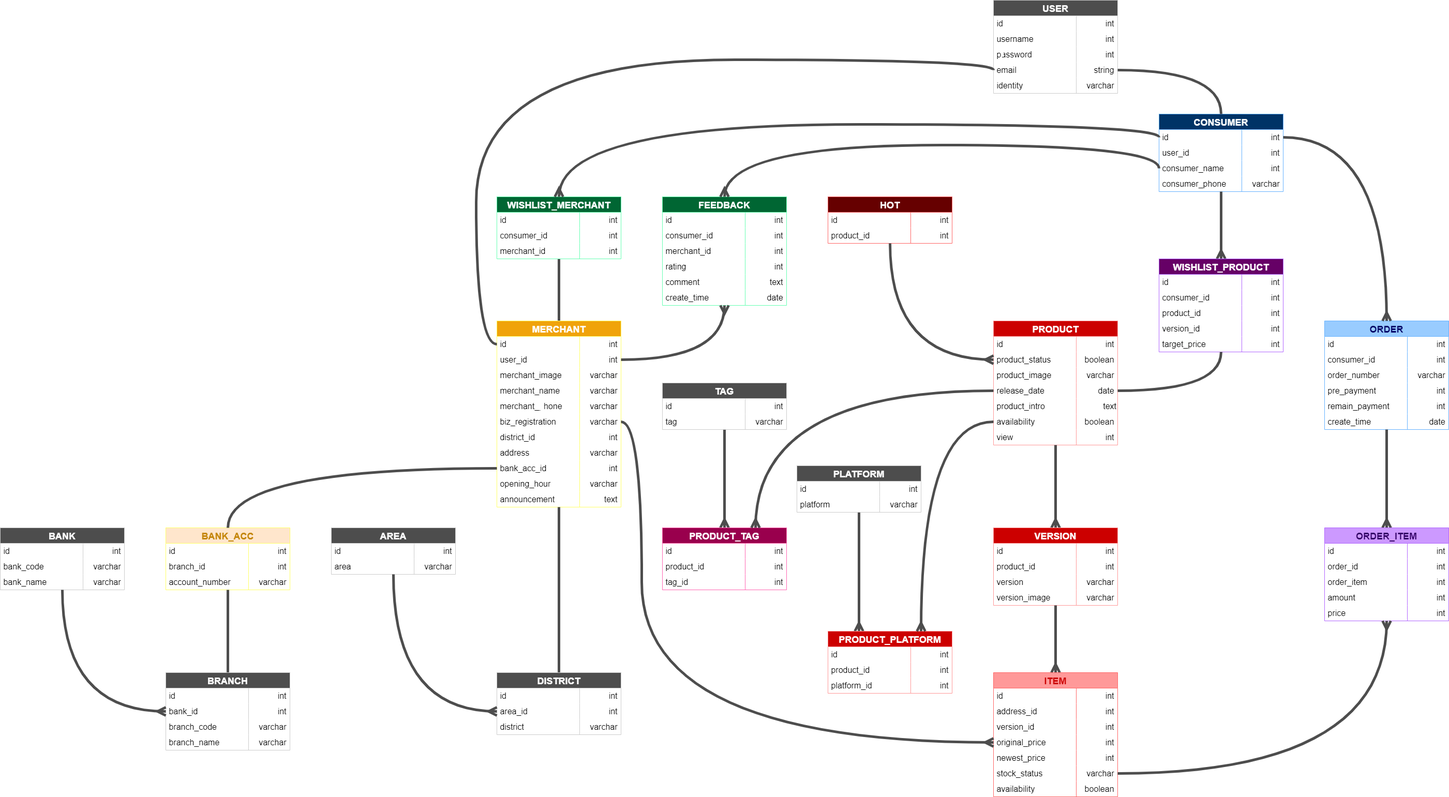
Above: guideline/sql_diagram/erd.png in Wils0nLin/FRD-Project (draw.io), before the change. Source tidied: cells renumbered, new cells last; positions are measured from the earlier drawing's top-left corner, leaving out a move shared by most shapes.
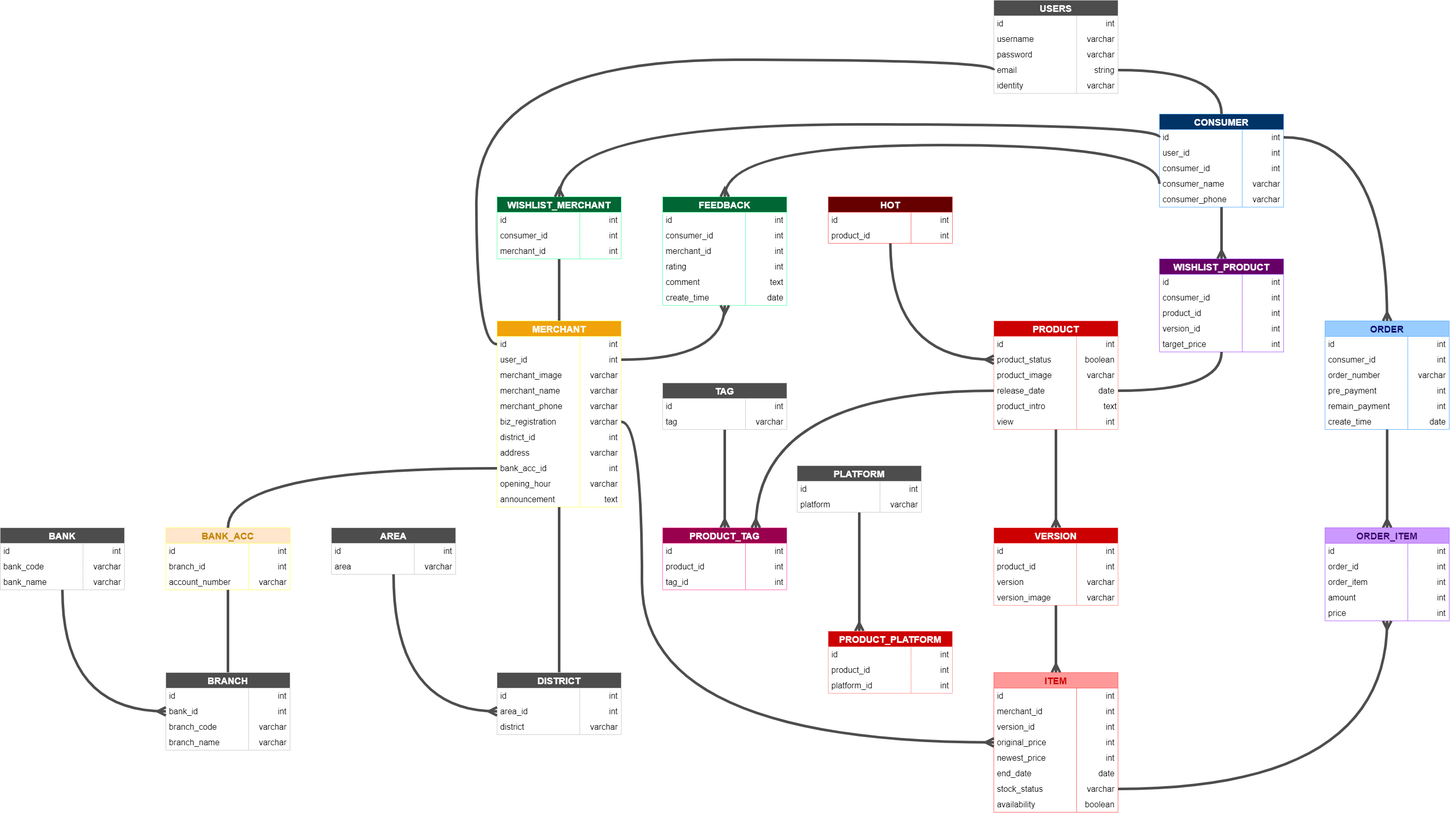
The same diagram one commit later.

What changed in the source:
```diff
@@ -2,7 +2,7 @@
   <root>
     <mxCell id="0" />
     <mxCell id="1" parent="0" />
-    <mxCell id="2" value="USER" style="shape=table;startSize=30;rowLines=0;fontStyle=1;fontSize=18;labelBackgroundColor=none;fillColor=#4D4D4D;fontColor=#ffffff;strokeColor=#CCCCCC;swimlaneFillColor=default;" parent="1" vertex="1">
+    <mxCell id="2" value="USERS" style="shape=table;startSize=30;rowLines=0;fontStyle=1;fontSize=18;labelBackgroundColor=none;fillColor=#4D4D4D;fontColor=#ffffff;strokeColor=#CCCCCC;swimlaneFillColor=default;" parent="1" vertex="1">
       <mxGeometry x="1920" width="240" height="180" as="geometry" />
     </mxCell>
     <mxCell id="3" style="shape=tableRow;horizontal=0;startSize=0;swimlaneHead=0;swimlaneBody=0;top=0;left=0;bottom=0;right=0;fillColor=none;" parent="2" vertex="1">
@@ -20,7 +20,7 @@
     <mxCell id="7" value="&amp;nbsp;username" style="shape=partialRectangle;html=1;whiteSpace=wrap;fillColor=none;top=0;left=0;bottom=0;right=0;overflow=hidden;align=left;fontSize=16;" parent="6" vertex="1">
       <mxGeometry width="160" height="30" as="geometry" />
     </mxCell>
-    <mxCell id="8" value="int&amp;nbsp;" style="shape=partialRectangle;html=1;whiteSpace=wrap;fillColor=none;top=0;left=0;bottom=0;right=0;align=right;spacingLeft=6;overflow=hidden;fontSize=16;" parent="6" vertex="1">
+    <mxCell id="8" value="varchar&amp;nbsp;" style="shape=partialRectangle;html=1;whiteSpace=wrap;fillColor=none;top=0;left=0;bottom=0;right=0;align=right;spacingLeft=6;overflow=hidden;fontSize=16;" parent="6" vertex="1">
       <mxGeometry x="160" width="80" height="30" as="geometry" />
     </mxCell>
     <mxCell id="9" style="shape=tableRow;horizontal=0;startSize=0;swimlaneHead=0;swimlaneBody=0;top=0;left=0;bottom=0;right=0;fillColor=none;" parent="2" vertex="1">
@@ -29,7 +29,7 @@
     <mxCell id="10" value="&amp;nbsp;password" style="shape=partialRectangle;html=1;whiteSpace=wrap;fillColor=none;top=0;left=0;bottom=0;right=0;overflow=hidden;fontSize=16;align=left;" parent="9" vertex="1">
       <mxGeometry width="160" height="30" as="geometry" />
     </mxCell>
-    <mxCell id="11" value="int&amp;nbsp;" style="shape=partialRectangle;html=1;whiteSpace=wrap;fillColor=none;top=0;left=0;bottom=0;right=0;align=right;spacingLeft=6;overflow=hidden;fontSize=16;" parent="9" vertex="1">
+    <mxCell id="11" value="varchar&amp;nbsp;" style="shape=partialRectangle;html=1;whiteSpace=wrap;fillColor=none;top=0;left=0;bottom=0;right=0;align=right;spacingLeft=6;overflow=hidden;fontSize=16;" parent="9" vertex="1">
       <mxGeometry x="160" width="80" height="30" as="geometry" />
     </mxCell>
     <mxCell id="12" style="shape=tableRow;horizontal=0;startSize=0;swimlaneHead=0;swimlaneBody=0;top=0;left=0;bottom=0;right=0;fillColor=none;points=[[0,0.5],[1,0.5]];portConstraint=eastwest;" parent="2" vertex="1">
@@ -51,7 +51,7 @@
       <mxGeometry x="160" width="80" height="30" as="geometry" />
     </mxCell>
     <mxCell id="18" value="CONSUMER" style="shape=table;startSize=30;rowLines=0;fontStyle=1;fontSize=18;labelBackgroundColor=none;fillColor=#003366;fontColor=#ffffff;strokeColor=#66B2FF;labelBorderColor=none;swimlaneFillColor=default;" parent="1" vertex="1">
-      <mxGeometry x="2240" y="220" width="240" height="150" as="geometry" />
+      <mxGeometry x="2240" y="220" width="240" height="180" as="geometry" />
     </mxCell>
     <mxCell id="19" style="shape=tableRow;horizontal=0;startSize=0;swimlaneHead=0;swimlaneBody=0;top=0;left=0;bottom=0;right=0;fillColor=none;points=[[0,0.5],[1,0.5]];portConstraint=eastwest;" parent="18" vertex="1">
       <mxGeometry y="30" width="240" height="30" as="geometry" />
@@ -71,17 +71,26 @@
     <mxCell id="24" value="int&amp;nbsp;" style="shape=partialRectangle;html=1;whiteSpace=wrap;fillColor=none;top=0;left=0;bottom=0;right=0;align=right;spacingLeft=6;overflow=hidden;fontSize=16;" parent="22" vertex="1">
       <mxGeometry x="160" width="80" height="30" as="geometry" />
     </mxCell>
+    <mxCell id="317" style="shape=tableRow;horizontal=0;startSize=0;swimlaneHead=0;swimlaneBody=0;top=0;left=0;bottom=0;right=0;fillColor=none;" parent="18" vertex="1">
+      <mxGeometry y="90" width="240" height="30" as="geometry" />
+    </mxCell>
+    <mxCell id="318" value="&amp;nbsp;consumer_id" style="shape=partialRectangle;html=1;whiteSpace=wrap;fillColor=none;top=0;left=0;bottom=0;right=0;overflow=hidden;fontSize=16;align=left;" parent="317" vertex="1">
+      <mxGeometry width="160" height="30" as="geometry" />
+    </mxCell>
+    <mxCell id="319" value="int&amp;nbsp;" style="shape=partialRectangle;html=1;whiteSpace=wrap;fillColor=none;top=0;left=0;bottom=0;right=0;align=right;spacingLeft=6;overflow=hidden;fontSize=16;" parent="317" vertex="1">
+      <mxGeometry x="160" width="80" height="30" as="geometry" />
+    </mxCell>
     <mxCell id="25" style="shape=tableRow;horizontal=0;startSize=0;swimlaneHead=0;swimlaneBody=0;top=0;left=0;bottom=0;right=0;fillColor=none;points=[[0,0.5],[1,0.5]];portConstraint=eastwest;" parent="18" vertex="1">
-      <mxGeometry y="90" width="240" height="30" as="geometry" />
+      <mxGeometry y="120" width="240" height="30" as="geometry" />
     </mxCell>
     <mxCell id="26" value="&amp;nbsp;consumer_name" style="shape=partialRectangle;html=1;whiteSpace=wrap;fillColor=none;top=0;left=0;bottom=0;right=0;overflow=hidden;fontSize=16;align=left;" parent="25" vertex="1">
       <mxGeometry width="160" height="30" as="geometry" />
     </mxCell>
-    <mxCell id="27" value="int&amp;nbsp;" style="shape=partialRectangle;html=1;whiteSpace=wrap;fillColor=none;top=0;left=0;bottom=0;right=0;align=right;spacingLeft=6;overflow=hidden;fontSize=16;" parent="25" vertex="1">
+    <mxCell id="27" value="varchar&amp;nbsp;" style="shape=partialRectangle;html=1;whiteSpace=wrap;fillColor=none;top=0;left=0;bottom=0;right=0;align=right;spacingLeft=6;overflow=hidden;fontSize=16;" parent="25" vertex="1">
       <mxGeometry x="160" width="80" height="30" as="geometry" />
     </mxCell>
     <mxCell id="28" style="shape=tableRow;horizontal=0;startSize=0;swimlaneHead=0;swimlaneBody=0;top=0;left=0;bottom=0;right=0;fillColor=none;" parent="18" vertex="1">
-      <mxGeometry y="120" width="240" height="30" as="geometry" />
+      <mxGeometry y="150" width="240" height="30" as="geometry" />
     </mxCell>
     <mxCell id="29" value="&amp;nbsp;consumer_phone" style="shape=partialRectangle;html=1;whiteSpace=wrap;fillColor=none;top=0;left=0;bottom=0;right=0;overflow=hidden;fontSize=16;align=left;" parent="28" vertex="1">
       <mxGeometry width="160" height="30" as="geometry" />
@@ -197,10 +206,8 @@
     <mxCell id="66" value="int&amp;nbsp;" style="shape=partialRectangle;html=1;whiteSpace=wrap;fillColor=none;top=0;left=0;bottom=0;right=0;align=right;spacingLeft=6;overflow=hidden;fontSize=16;" parent="64" vertex="1">
       <mxGeometry x="160" width="80" height="30" as="geometry" />
     </mxCell>
-    <mxCell id="67" style="edgeStyle=orthogonalEdgeStyle;curved=1;html=1;exitX=0.5;exitY=0;exitDx=0;exitDy=0;strokeColor=#4D4D4D;strokeWidth=5;fontSize=16;fontColor=#C4860A;endArrow=none;endFill=0;endSize=10;startArrow=ERmany;startFill=0;startSize=10;" parent="1" edge="1" source="68">
-      <mxGeometry relative="1" as="geometry">
-        <mxPoint x="2360" y="370" as="targetPoint" />
-      </mxGeometry>
+    <mxCell id="67" style="edgeStyle=orthogonalEdgeStyle;curved=1;html=1;exitX=0.5;exitY=0;exitDx=0;exitDy=0;strokeColor=#4D4D4D;strokeWidth=5;fontSize=16;fontColor=#C4860A;endArrow=none;endFill=0;endSize=10;startArrow=ERmany;startFill=0;startSize=10;" parent="1" edge="1" source="68" target="18">
+      <mxGeometry relative="1" as="geometry" />
     </mxCell>
     <mxCell id="68" value="WISHLIST_PRODUCT" style="shape=table;startSize=30;rowLines=0;fontStyle=1;fontSize=18;labelBackgroundColor=none;fillColor=#660066;fontColor=#ffffff;strokeColor=#B266FF;labelBorderColor=none;swimlaneFillColor=default;" parent="1" vertex="1">
       <mxGeometry x="2240" y="500" width="240" height="180" as="geometry" />
@@ -251,7 +258,7 @@
       <mxGeometry x="160" width="80" height="30" as="geometry" />
     </mxCell>
     <mxCell id="84" value="PRODUCT" style="shape=table;startSize=30;rowLines=0;fontStyle=1;fontSize=18;labelBackgroundColor=none;fillColor=#CC0000;fontColor=#ffffff;strokeColor=#FF9999;swimlaneFillColor=default;" parent="1" vertex="1">
-      <mxGeometry x="1920" y="620" width="240" height="240" as="geometry" />
+      <mxGeometry x="1920" y="620" width="240" height="210" as="geometry" />
     </mxCell>
     <mxCell id="85" style="shape=tableRow;horizontal=0;startSize=0;swimlaneHead=0;swimlaneBody=0;top=0;left=0;bottom=0;right=0;fillColor=none;" parent="84" vertex="1">
       <mxGeometry y="30" width="240" height="30" as="geometry" />
@@ -298,17 +305,8 @@
     <mxCell id="99" value="text" style="shape=partialRectangle;html=1;whiteSpace=wrap;fillColor=none;top=0;left=0;bottom=0;right=0;align=right;spacingLeft=6;overflow=hidden;fontSize=16;" parent="97" vertex="1">
       <mxGeometry x="160" width="80" height="30" as="geometry" />
     </mxCell>
-    <mxCell id="100" style="shape=tableRow;horizontal=0;startSize=0;swimlaneHead=0;swimlaneBody=0;top=0;left=0;bottom=0;right=0;fillColor=none;points=[[0,0.5],[1,0.5]];portConstraint=eastwest;" parent="84" vertex="1">
-      <mxGeometry y="180" width="240" height="30" as="geometry" />
-    </mxCell>
-    <mxCell id="101" value="&amp;nbsp;availability&lt;div style=&quot;display:none&quot; id=&quot;SDCloudData&quot;&gt;&lt;/div&gt;" style="shape=partialRectangle;html=1;whiteSpace=wrap;fillColor=none;top=0;left=0;bottom=0;right=0;overflow=hidden;fontSize=16;align=left;" parent="100" vertex="1">
-      <mxGeometry width="160" height="30" as="geometry" />
-    </mxCell>
-    <mxCell id="102" value="boolean&amp;nbsp;" style="shape=partialRectangle;html=1;whiteSpace=wrap;fillColor=none;top=0;left=0;bottom=0;right=0;align=right;spacingLeft=6;overflow=hidden;fontSize=16;" parent="100" vertex="1">
-      <mxGeometry x="160" width="80" height="30" as="geometry" />
-    </mxCell>
     <mxCell id="103" style="shape=tableRow;horizontal=0;startSize=0;swimlaneHead=0;swimlaneBody=0;top=0;left=0;bottom=0;right=0;fillColor=none;" parent="84" vertex="1">
-      <mxGeometry y="210" width="240" height="30" as="geometry" />
+      <mxGeometry y="180" width="240" height="30" as="geometry" />
     </mxCell>
     <mxCell id="104" value="&amp;nbsp;view" style="shape=partialRectangle;html=1;whiteSpace=wrap;fillColor=none;top=0;left=0;bottom=0;right=0;overflow=hidden;fontSize=16;align=left;" parent="103" vertex="1">
       <mxGeometry width="160" height="30" as="geometry" />
@@ -665,7 +663,7 @@
       <mxGeometry relative="1" as="geometry" />
     </mxCell>
     <mxCell id="222" value="ITEM" style="shape=table;startSize=30;rowLines=0;fontStyle=1;fontSize=18;labelBackgroundColor=none;fillColor=#FF9999;fontColor=#CC0000;strokeColor=#FF6666;swimlaneFillColor=default;" parent="1" vertex="1">
-      <mxGeometry x="1920" y="1300" width="240" height="240" as="geometry" />
+      <mxGeometry x="1920" y="1300" width="240" height="270" as="geometry" />
     </mxCell>
     <mxCell id="223" style="shape=tableRow;horizontal=0;startSize=0;swimlaneHead=0;swimlaneBody=0;top=0;left=0;bottom=0;right=0;fillColor=none;" parent="222" vertex="1">
       <mxGeometry y="30" width="240" height="30" as="geometry" />
@@ -679,7 +677,7 @@
     <mxCell id="226" style="shape=tableRow;horizontal=0;startSize=0;swimlaneHead=0;swimlaneBody=0;top=0;left=0;bottom=0;right=0;fillColor=none;" parent="222" vertex="1">
       <mxGeometry y="60" width="240" height="30" as="geometry" />
     </mxCell>
-    <mxCell id="227" value="&amp;nbsp;address_id" style="shape=partialRectangle;html=1;whiteSpace=wrap;fillColor=none;top=0;left=0;bottom=0;right=0;overflow=hidden;align=left;fontSize=16;" parent="226" vertex="1">
+    <mxCell id="227" value="&amp;nbsp;merchant_id" style="shape=partialRectangle;html=1;whiteSpace=wrap;fillColor=none;top=0;left=0;bottom=0;right=0;overflow=hidden;align=left;fontSize=16;" parent="226" vertex="1">
       <mxGeometry width="160" height="30" as="geometry" />
     </mxCell>
     <mxCell id="228" value="int&amp;nbsp;" style="shape=partialRectangle;html=1;whiteSpace=wrap;fillColor=none;top=0;left=0;bottom=0;right=0;align=right;spacingLeft=6;overflow=hidden;fontSize=16;" parent="226" vertex="1">
@@ -712,8 +710,17 @@
     <mxCell id="237" value="int&amp;nbsp;" style="shape=partialRectangle;html=1;whiteSpace=wrap;fillColor=none;top=0;left=0;bottom=0;right=0;align=right;spacingLeft=6;overflow=hidden;fontSize=16;" parent="235" vertex="1">
       <mxGeometry x="160" width="80" height="30" as="geometry" />
     </mxCell>
+    <mxCell id="100" style="shape=tableRow;horizontal=0;startSize=0;swimlaneHead=0;swimlaneBody=0;top=0;left=0;bottom=0;right=0;fillColor=none;points=[[0,0.5],[1,0.5]];portConstraint=eastwest;" parent="222" vertex="1">
+      <mxGeometry y="180" width="240" height="30" as="geometry" />
+    </mxCell>
+    <mxCell id="320" value="&amp;nbsp;end_date" style="shape=partialRectangle;html=1;whiteSpace=wrap;fillColor=none;top=0;left=0;bottom=0;right=0;overflow=hidden;fontSize=16;align=left;" parent="100" vertex="1">
+      <mxGeometry width="160" height="30" as="geometry" />
+    </mxCell>
+    <mxCell id="321" value="date&amp;nbsp;" style="shape=partialRectangle;html=1;whiteSpace=wrap;fillColor=none;top=0;left=0;bottom=0;right=0;align=right;spacingLeft=6;overflow=hidden;fontSize=16;" parent="100" vertex="1">
+      <mxGeometry x="160" width="80" height="30" as="geometry" />
+    </mxCell>
     <mxCell id="238" style="shape=tableRow;horizontal=0;startSize=0;swimlaneHead=0;swimlaneBody=0;top=0;left=0;bottom=0;right=0;fillColor=none;points=[[0,0.5],[1,0.5]];portConstraint=eastwest;" parent="222" vertex="1">
-      <mxGeometry y="180" width="240" height="30" as="geometry" />
+      <mxGeometry y="210" width="240" height="30" as="geometry" />
     </mxCell>
     <mxCell id="239" value="&amp;nbsp;stock_status" style="shape=partialRectangle;html=1;whiteSpace=wrap;fillColor=none;top=0;left=0;bottom=0;right=0;overflow=hidden;fontSize=16;align=left;" parent="238" vertex="1">
       <mxGeometry width="160" height="30" as="geometry" />
@@ -722,7 +729,7 @@
       <mxGeometry x="160" width="80" height="30" as="geometry" />
     </mxCell>
     <mxCell id="241" style="shape=tableRow;horizontal=0;startSize=0;swimlaneHead=0;swimlaneBody=0;top=0;left=0;bottom=0;right=0;fillColor=none;" parent="222" vertex="1">
-      <mxGeometry y="210" width="240" height="30" as="geometry" />
+      <mxGeometry y="240" width="240" height="30" as="geometry" />
     </mxCell>
     <mxCell id="242" value="&amp;nbsp;availability&lt;div style=&quot;display:none&quot; id=&quot;SDCloudData&quot;&gt;&lt;/div&gt;" style="shape=partialRectangle;html=1;whiteSpace=wrap;fillColor=none;top=0;left=0;bottom=0;right=0;overflow=hidden;fontSize=16;align=left;" parent="241" vertex="1">
       <mxGeometry width="160" height="30" as="geometry" />
@@ -903,7 +910,7 @@
     <mxCell id="299" style="edgeStyle=orthogonalEdgeStyle;curved=1;html=1;exitX=0;exitY=0.5;exitDx=0;exitDy=0;strokeColor=#4D4D4D;strokeWidth=5;fontSize=16;fontColor=#C4860A;startArrow=ERmany;startFill=0;endArrow=none;endFill=0;startSize=10;endSize=10;" parent="1" edge="1" source="88" target="170">
       <mxGeometry relative="1" as="geometry" />
     </mxCell>
-    <mxCell id="300" style="edgeStyle=orthogonalEdgeStyle;curved=1;html=1;exitX=0;exitY=0.5;exitDx=0;exitDy=0;entryX=0.75;entryY=0;entryDx=0;entryDy=0;strokeColor=#4D4D4D;strokeWidth=5;fontSize=16;fontColor=#C4860A;startArrow=none;startFill=0;endArrow=ERmany;endFill=0;startSize=10;endSize=10;" parent="1" edge="1" source="100" target="192">
+    <mxCell id="300" style="edgeStyle=orthogonalEdgeStyle;curved=1;html=1;exitX=0;exitY=0.5;exitDx=0;exitDy=0;entryX=0.75;entryY=0;entryDx=0;entryDy=0;strokeColor=#4D4D4D;strokeWidth=5;fontSize=16;fontColor=#C4860A;startArrow=none;startFill=0;endArrow=ERmany;endFill=0;startSize=10;endSize=10;" parent="1" edge="1" source="x" target="192">
       <mxGeometry relative="1" as="geometry" />
     </mxCell>
     <mxCell id="301" style="edgeStyle=orthogonalEdgeStyle;curved=1;html=1;exitX=0;exitY=0.5;exitDx=0;exitDy=0;entryX=0.75;entryY=0;entryDx=0;entryDy=0;strokeColor=#4D4D4D;strokeWidth=5;fontSize=16;fontColor=#C4860A;startArrow=none;startFill=0;endArrow=ERmany;endFill=0;startSize=10;endSize=10;" parent="1" edge="1" source="94" target="203">
```
